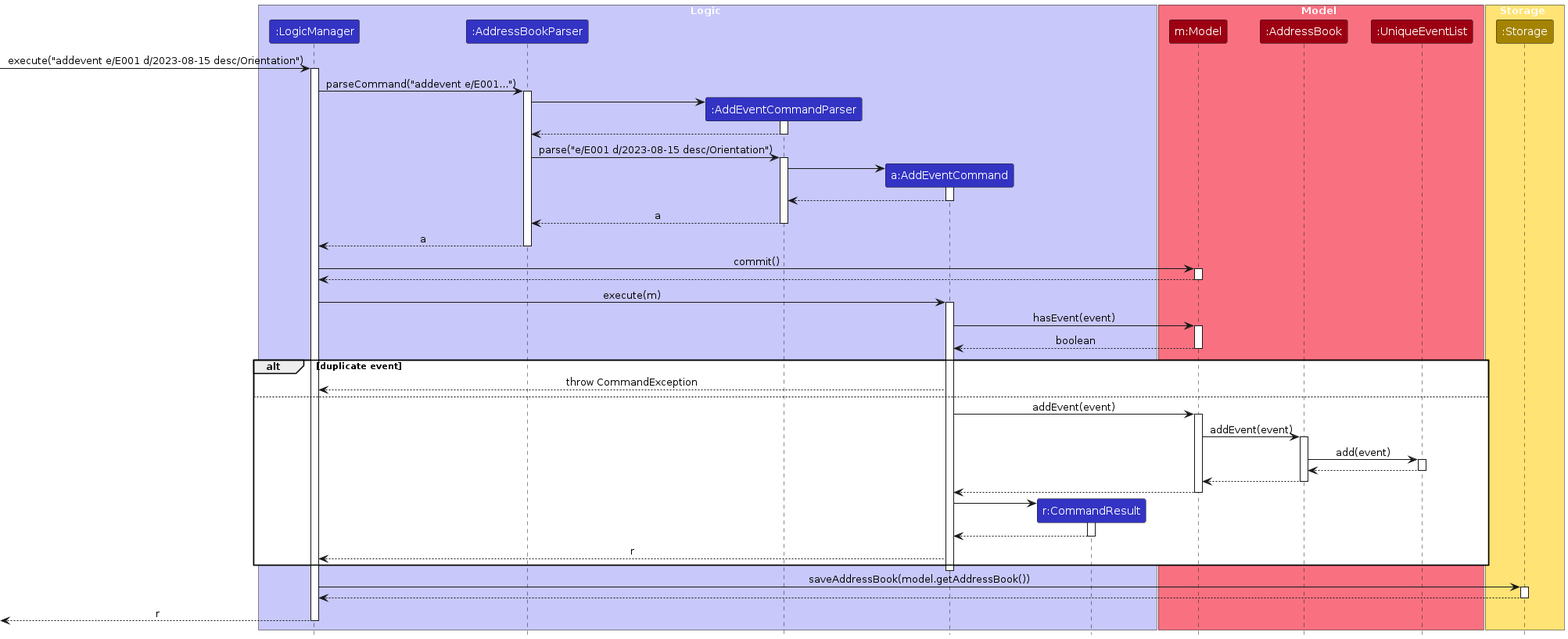
This is diagrams/AddEventSequenceDiagram.png from AY2526S1-CS2103T-T10-3/tp, a PlantUML export, as it was before one commit. Its source is kept beside it as diagrams/AddEventSequenceDiagram.puml. Its diagram source:
```plantuml
@startuml
!include style.puml
skinparam ArrowFontStyle plain

box Logic LOGIC_COLOR_T1
participant ":LogicManager" as LogicManager LOGIC_COLOR
participant ":AddressBookParser" as AddressBookParser LOGIC_COLOR
participant ":AddEventCommandParser" as AddEventCommandParser LOGIC_COLOR
participant "a:AddEventCommand" as AddEventCommand LOGIC_COLOR
participant "r:CommandResult" as CommandResult LOGIC_COLOR
end box

box Model MODEL_COLOR_T1
participant "m:Model" as Model MODEL_COLOR
participant ":AddressBook" as AddressBook MODEL_COLOR
participant ":UniqueEventList" as UniqueEventList MODEL_COLOR
end box

box Storage STORAGE_COLOR_T1
participant ":Storage" as Storage STORAGE_COLOR
end box

[-> LogicManager : execute("addevent e/E001 d/2023-08-15 desc/Orientation")
activate LogicManager

LogicManager -> AddressBookParser : parseCommand("addevent e/E001...")
activate AddressBookParser

create AddEventCommandParser
AddressBookParser -> AddEventCommandParser
activate AddEventCommandParser

AddEventCommandParser --> AddressBookParser
deactivate AddEventCommandParser

AddressBookParser -> AddEventCommandParser : parse("e/E001 d/2023-08-15 desc/Orientation")
activate AddEventCommandParser

create AddEventCommand
AddEventCommandParser -> AddEventCommand
activate AddEventCommand

AddEventCommand --> AddEventCommandParser
deactivate AddEventCommand

AddEventCommandParser --> AddressBookParser : a
deactivate AddEventCommandParser

AddressBookParser --> LogicManager : a
deactivate AddressBookParser

LogicManager -> Model : commit()
activate Model
Model --> LogicManager
deactivate Model

LogicManager -> AddEventCommand : execute(m)
activate AddEventCommand

AddEventCommand -> Model : hasEvent(event)
activate Model
Model --> AddEventCommand : boolean
deactivate Model

alt duplicate event
    AddEventCommand --> LogicManager : throw CommandException
else
    AddEventCommand -> Model : addEvent(event)
    activate Model

    Model -> AddressBook : addEvent(event)
    activate AddressBook

    AddressBook -> UniqueEventList : add(event)
    activate UniqueEventList
    UniqueEventList --> AddressBook
    deactivate UniqueEventList

    AddressBook --> Model
    deactivate AddressBook

    Model --> AddEventCommand
    deactivate Model

    create CommandResult
    AddEventCommand -> CommandResult
    activate CommandResult

    CommandResult --> AddEventCommand
    deactivate CommandResult

    AddEventCommand --> LogicManager : r
end

deactivate AddEventCommand

LogicManager -> Storage : saveAddressBook(model.getAddressBook())
activate Storage
Storage --> LogicManager
deactivate Storage

[<--LogicManager : r
deactivate LogicManager
@enduml
```
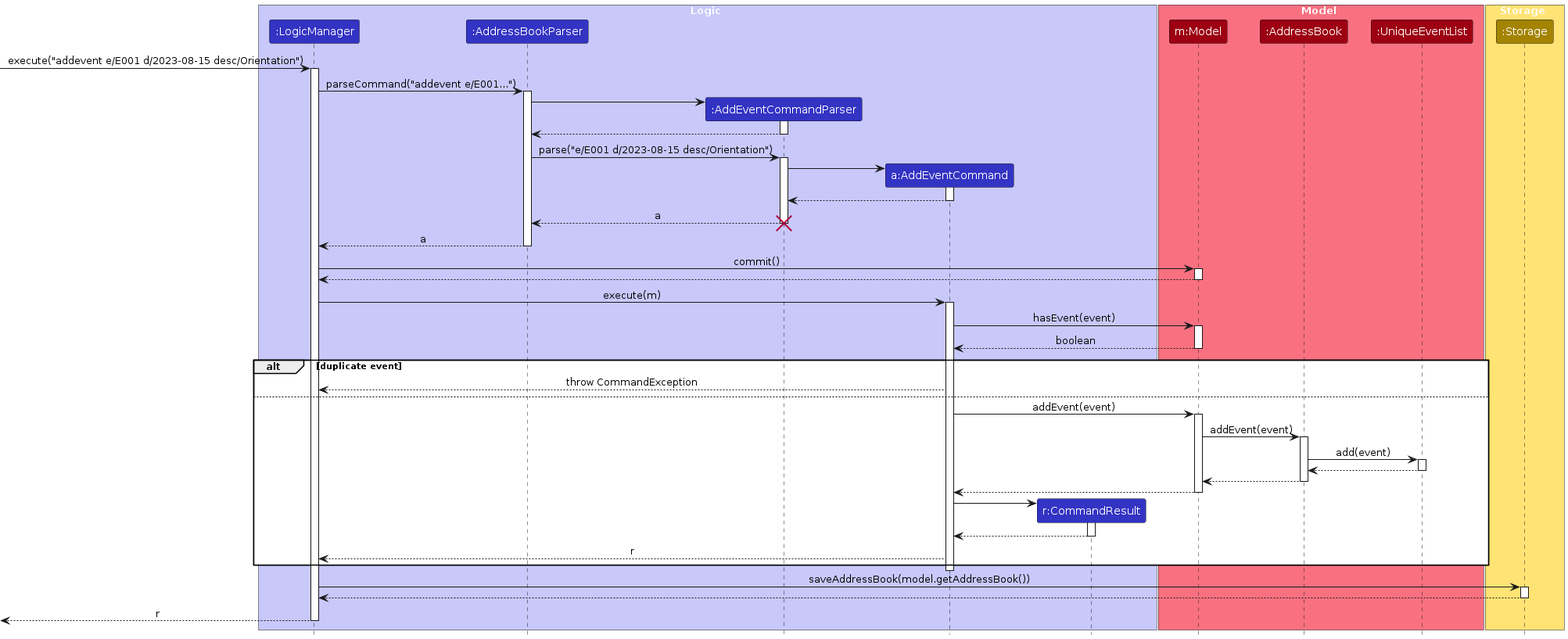
After the change.

Diff of the diagram source:
```diff
@@ -45,6 +45,7 @@
 
 AddEventCommandParser --> AddressBookParser : a
 deactivate AddEventCommandParser
+destroy AddEventCommandParser
 
 AddressBookParser --> LogicManager : a
 deactivate AddressBookParser
```
